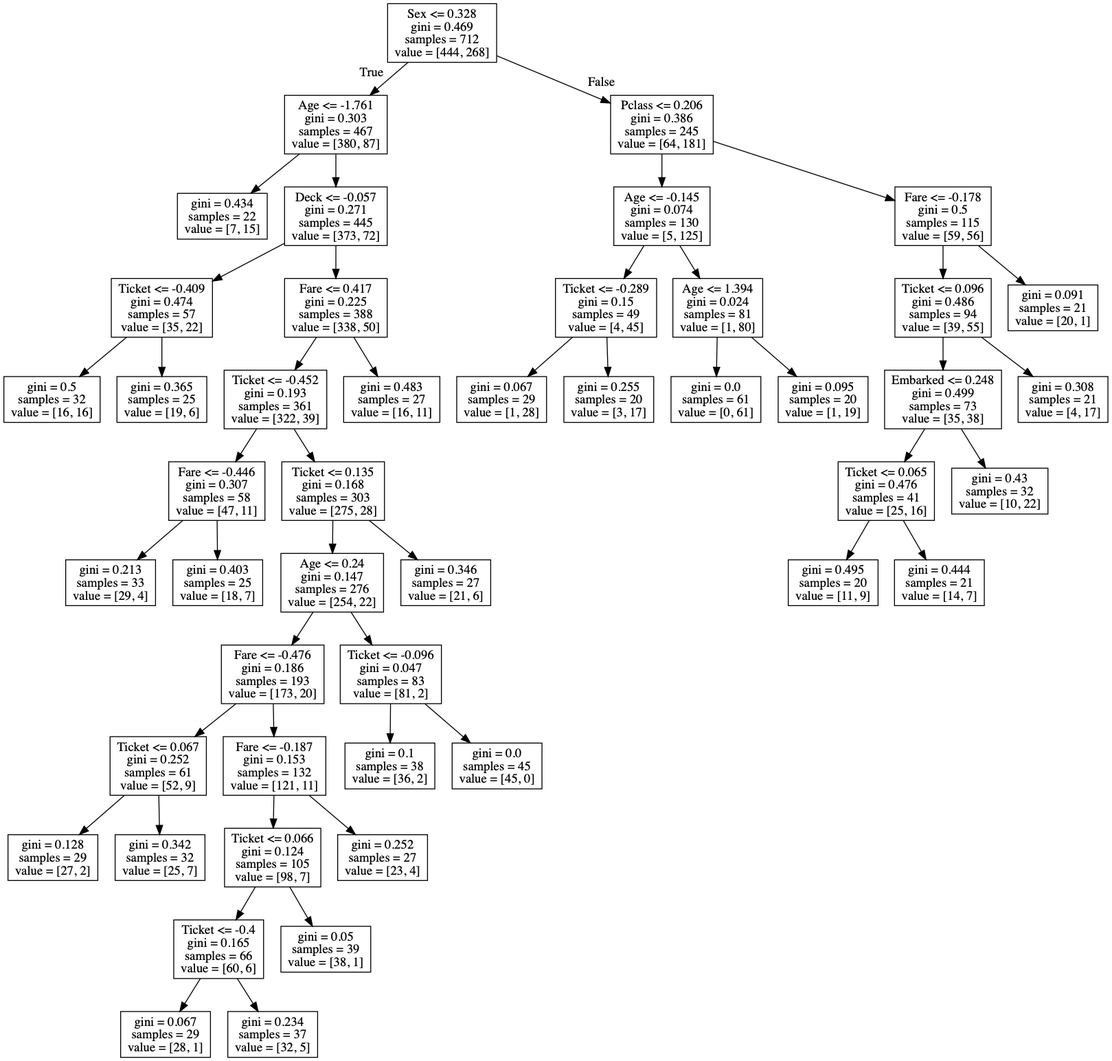
Earlier version of the Graphviz export titanic/dt.png (nicohlr/kaggle). Its source is kept beside it as titanic/dt.dot.
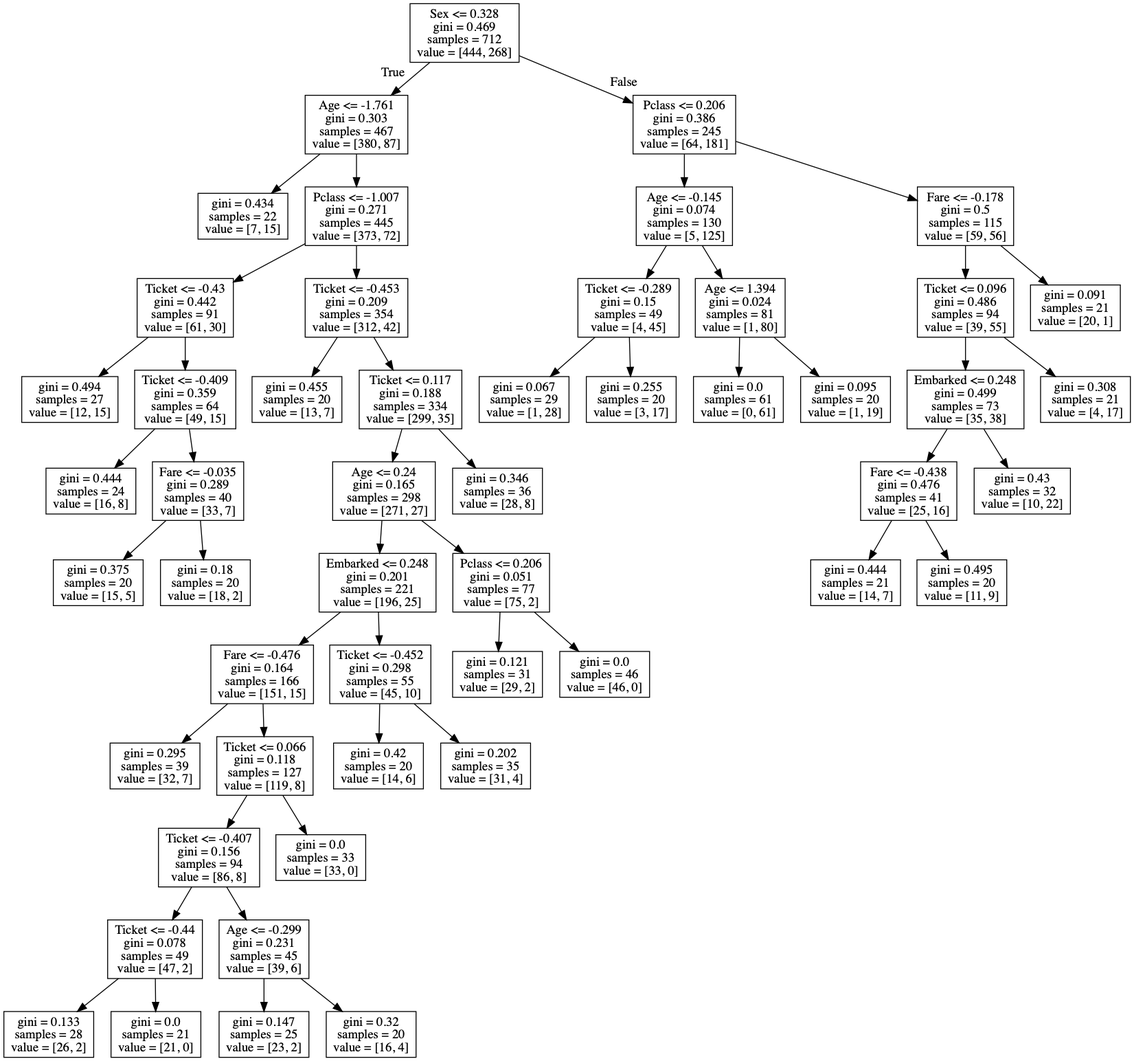
After the change.

Diff of the diagram source:
```diff
@@ -5,92 +5,100 @@
 0 -> 1 [labeldistance=2.5, labelangle=45, headlabel="True"] ;
 2 [label="gini = 0.434\nsamples = 22\nvalue = [7, 15]"] ;
 1 -> 2 ;
-3 [label="Deck <= -0.057\ngini = 0.271\nsamples = 445\nvalue = [373, 72]"] ;
+3 [label="Pclass <= -1.007\ngini = 0.271\nsamples = 445\nvalue = [373, 72]"] ;
 1 -> 3 ;
-4 [label="Ticket <= -0.409\ngini = 0.474\nsamples = 57\nvalue = [35, 22]"] ;
+4 [label="Ticket <= -0.43\ngini = 0.442\nsamples = 91\nvalue = [61, 30]"] ;
 3 -> 4 ;
-5 [label="gini = 0.5\nsamples = 32\nvalue = [16, 16]"] ;
+5 [label="gini = 0.494\nsamples = 27\nvalue = [12, 15]"] ;
 4 -> 5 ;
-6 [label="gini = 0.365\nsamples = 25\nvalue = [19, 6]"] ;
+6 [label="Ticket <= -0.409\ngini = 0.359\nsamples = 64\nvalue = [49, 15]"] ;
 4 -> 6 ;
-7 [label="Fare <= 0.417\ngini = 0.225\nsamples = 388\nvalue = [338, 50]"] ;
-3 -> 7 ;
-8 [label="Ticket <= -0.452\ngini = 0.193\nsamples = 361\nvalue = [322, 39]"] ;
-7 -> 8 ;
-9 [label="Fare <= -0.446\ngini = 0.307\nsamples = 58\nvalue = [47, 11]"] ;
+7 [label="gini = 0.444\nsamples = 24\nvalue = [16, 8]"] ;
+6 -> 7 ;
+8 [label="Fare <= -0.035\ngini = 0.289\nsamples = 40\nvalue = [33, 7]"] ;
+6 -> 8 ;
+9 [label="gini = 0.375\nsamples = 20\nvalue = [15, 5]"] ;
 8 -> 9 ;
-10 [label="gini = 0.213\nsamples = 33\nvalue = [29, 4]"] ;
-9 -> 10 ;
-11 [label="gini = 0.403\nsamples = 25\nvalue = [18, 7]"] ;
-9 -> 11 ;
-12 [label="Ticket <= 0.135\ngini = 0.168\nsamples = 303\nvalue = [275, 28]"] ;
-8 -> 12 ;
-13 [label="Age <= 0.24\ngini = 0.147\nsamples = 276\nvalue = [254, 22]"] ;
-12 -> 13 ;
-14 [label="Fare <= -0.476\ngini = 0.186\nsamples = 193\nvalue = [173, 20]"] ;
+10 [label="gini = 0.18\nsamples = 20\nvalue = [18, 2]"] ;
+8 -> 10 ;
+11 [label="Ticket <= -0.453\ngini = 0.209\nsamples = 354\nvalue = [312, 42]"] ;
+3 -> 11 ;
+12 [label="gini = 0.455\nsamples = 20\nvalue = [13, 7]"] ;
+11 -> 12 ;
+13 [label="Ticket <= 0.117\ngini = 0.188\nsamples = 334\nvalue = [299, 35]"] ;
+11 -> 13 ;
+14 [label="Age <= 0.24\ngini = 0.165\nsamples = 298\nvalue = [271, 27]"] ;
 13 -> 14 ;
-15 [label="Ticket <= 0.067\ngini = 0.252\nsamples = 61\nvalue = [52, 9]"] ;
+15 [label="Embarked <= 0.248\ngini = 0.201\nsamples = 221\nvalue = [196, 25]"] ;
 14 -> 15 ;
-16 [label="gini = 0.128\nsamples = 29\nvalue = [27, 2]"] ;
+16 [label="Fare <= -0.476\ngini = 0.164\nsamples = 166\nvalue = [151, 15]"] ;
 15 -> 16 ;
-17 [label="gini = 0.342\nsamples = 32\nvalue = [25, 7]"] ;
-15 -> 17 ;
-18 [label="Fare <= -0.187\ngini = 0.153\nsamples = 132\nvalue = [121, 11]"] ;
-14 -> 18 ;
-19 [label="Ticket <= 0.066\ngini = 0.124\nsamples = 105\nvalue = [98, 7]"] ;
+17 [label="gini = 0.295\nsamples = 39\nvalue = [32, 7]"] ;
+16 -> 17 ;
+18 [label="Ticket <= 0.066\ngini = 0.118\nsamples = 127\nvalue = [119, 8]"] ;
+16 -> 18 ;
+19 [label="Ticket <= -0.407\ngini = 0.156\nsamples = 94\nvalue = [86, 8]"] ;
 18 -> 19 ;
-20 [label="Ticket <= -0.4\ngini = 0.165\nsamples = 66\nvalue = [60, 6]"] ;
+20 [label="Ticket <= -0.44\ngini = 0.078\nsamples = 49\nvalue = [47, 2]"] ;
 19 -> 20 ;
-21 [label="gini = 0.067\nsamples = 29\nvalue = [28, 1]"] ;
+21 [label="gini = 0.133\nsamples = 28\nvalue = [26, 2]"] ;
 20 -> 21 ;
-22 [label="gini = 0.234\nsamples = 37\nvalue = [32, 5]"] ;
+22 [label="gini = 0.0\nsamples = 21\nvalue = [21, 0]"] ;
 20 -> 22 ;
-23 [label="gini = 0.05\nsamples = 39\nvalue = [38, 1]"] ;
+23 [label="Age <= -0.299\ngini = 0.231\nsamples = 45\nvalue = [39, 6]"] ;
 19 -> 23 ;
-24 [label="gini = 0.252\nsamples = 27\nvalue = [23, 4]"] ;
-18 -> 24 ;
-25 [label="Ticket <= -0.096\ngini = 0.047\nsamples = 83\nvalue = [81, 2]"] ;
-13 -> 25 ;
-26 [label="gini = 0.1\nsamples = 38\nvalue = [36, 2]"] ;
-25 -> 26 ;
-27 [label="gini = 0.0\nsamples = 45\nvalue = [45, 0]"] ;
-25 -> 27 ;
-28 [label="gini = 0.346\nsamples = 27\nvalue = [21, 6]"] ;
-12 -> 28 ;
-29 [label="gini = 0.483\nsamples = 27\nvalue = [16, 11]"] ;
-7 -> 29 ;
-30 [label="Pclass <= 0.206\ngini = 0.386\nsamples = 245\nvalue = [64, 181]"] ;
-0 -> 30 [labeldistance=2.5, labelangle=-45, headlabel="False"] ;
-31 [label="Age <= -0.145\ngini = 0.074\nsamples = 130\nvalue = [5, 125]"] ;
+24 [label="gini = 0.147\nsamples = 25\nvalue = [23, 2]"] ;
+23 -> 24 ;
+25 [label="gini = 0.32\nsamples = 20\nvalue = [16, 4]"] ;
+23 -> 25 ;
+26 [label="gini = 0.0\nsamples = 33\nvalue = [33, 0]"] ;
+18 -> 26 ;
+27 [label="Ticket <= -0.452\ngini = 0.298\nsamples = 55\nvalue = [45, 10]"] ;
+15 -> 27 ;
+28 [label="gini = 0.42\nsamples = 20\nvalue = [14, 6]"] ;
+27 -> 28 ;
+29 [label="gini = 0.202\nsamples = 35\nvalue = [31, 4]"] ;
+27 -> 29 ;
+30 [label="Pclass <= 0.206\ngini = 0.051\nsamples = 77\nvalue = [75, 2]"] ;
+14 -> 30 ;
+31 [label="gini = 0.121\nsamples = 31\nvalue = [29, 2]"] ;
 30 -> 31 ;
-32 [label="Ticket <= -0.289\ngini = 0.15\nsamples = 49\nvalue = [4, 45]"] ;
-31 -> 32 ;
-33 [label="gini = 0.067\nsamples = 29\nvalue = [1, 28]"] ;
-32 -> 33 ;
-34 [label="gini = 0.255\nsamples = 20\nvalue = [3, 17]"] ;
-32 -> 34 ;
-35 [label="Age <= 1.394\ngini = 0.024\nsamples = 81\nvalue = [1, 80]"] ;
-31 -> 35 ;
-36 [label="gini = 0.0\nsamples = 61\nvalue = [0, 61]"] ;
+32 [label="gini = 0.0\nsamples = 46\nvalue = [46, 0]"] ;
+30 -> 32 ;
+33 [label="gini = 0.346\nsamples = 36\nvalue = [28, 8]"] ;
+13 -> 33 ;
+34 [label="Pclass <= 0.206\ngini = 0.386\nsamples = 245\nvalue = [64, 181]"] ;
+0 -> 34 [labeldistance=2.5, labelangle=-45, headlabel="False"] ;
+35 [label="Age <= -0.145\ngini = 0.074\nsamples = 130\nvalue = [5, 125]"] ;
+34 -> 35 ;
+36 [label="Ticket <= -0.289\ngini = 0.15\nsamples = 49\nvalue = [4, 45]"] ;
 35 -> 36 ;
-37 [label="gini = 0.095\nsamples = 20\nvalue = [1, 19]"] ;
-35 -> 37 ;
-38 [label="Fare <= -0.178\ngini = 0.5\nsamples = 115\nvalue = [59, 56]"] ;
-30 -> 38 ;
-39 [label="Ticket <= 0.096\ngini = 0.486\nsamples = 94\nvalue = [39, 55]"] ;
-38 -> 39 ;
-40 [label="Embarked <= 0.248\ngini = 0.499\nsamples = 73\nvalue = [35, 38]"] ;
+37 [label="gini = 0.067\nsamples = 29\nvalue = [1, 28]"] ;
+36 -> 37 ;
+38 [label="gini = 0.255\nsamples = 20\nvalue = [3, 17]"] ;
+36 -> 38 ;
+39 [label="Age <= 1.394\ngini = 0.024\nsamples = 81\nvalue = [1, 80]"] ;
+35 -> 39 ;
+40 [label="gini = 0.0\nsamples = 61\nvalue = [0, 61]"] ;
 39 -> 40 ;
-41 [label="Ticket <= 0.065\ngini = 0.476\nsamples = 41\nvalue = [25, 16]"] ;
-40 -> 41 ;
-42 [label="gini = 0.495\nsamples = 20\nvalue = [11, 9]"] ;
-41 -> 42 ;
-43 [label="gini = 0.444\nsamples = 21\nvalue = [14, 7]"] ;
-41 -> 43 ;
-44 [label="gini = 0.43\nsamples = 32\nvalue = [10, 22]"] ;
-40 -> 44 ;
-45 [label="gini = 0.308\nsamples = 21\nvalue = [4, 17]"] ;
-39 -> 45 ;
-46 [label="gini = 0.091\nsamples = 21\nvalue = [20, 1]"] ;
-38 -> 46 ;
+41 [label="gini = 0.095\nsamples = 20\nvalue = [1, 19]"] ;
+39 -> 41 ;
+42 [label="Fare <= -0.178\ngini = 0.5\nsamples = 115\nvalue = [59, 56]"] ;
+34 -> 42 ;
+43 [label="Ticket <= 0.096\ngini = 0.486\nsamples = 94\nvalue = [39, 55]"] ;
+42 -> 43 ;
+44 [label="Embarked <= 0.248\ngini = 0.499\nsamples = 73\nvalue = [35, 38]"] ;
+43 -> 44 ;
+45 [label="Fare <= -0.438\ngini = 0.476\nsamples = 41\nvalue = [25, 16]"] ;
+44 -> 45 ;
+46 [label="gini = 0.444\nsamples = 21\nvalue = [14, 7]"] ;
+45 -> 46 ;
+47 [label="gini = 0.495\nsamples = 20\nvalue = [11, 9]"] ;
+45 -> 47 ;
+48 [label="gini = 0.43\nsamples = 32\nvalue = [10, 22]"] ;
+44 -> 48 ;
+49 [label="gini = 0.308\nsamples = 21\nvalue = [4, 17]"] ;
+43 -> 49 ;
+50 [label="gini = 0.091\nsamples = 21\nvalue = [20, 1]"] ;
+42 -> 50 ;
 }
```
